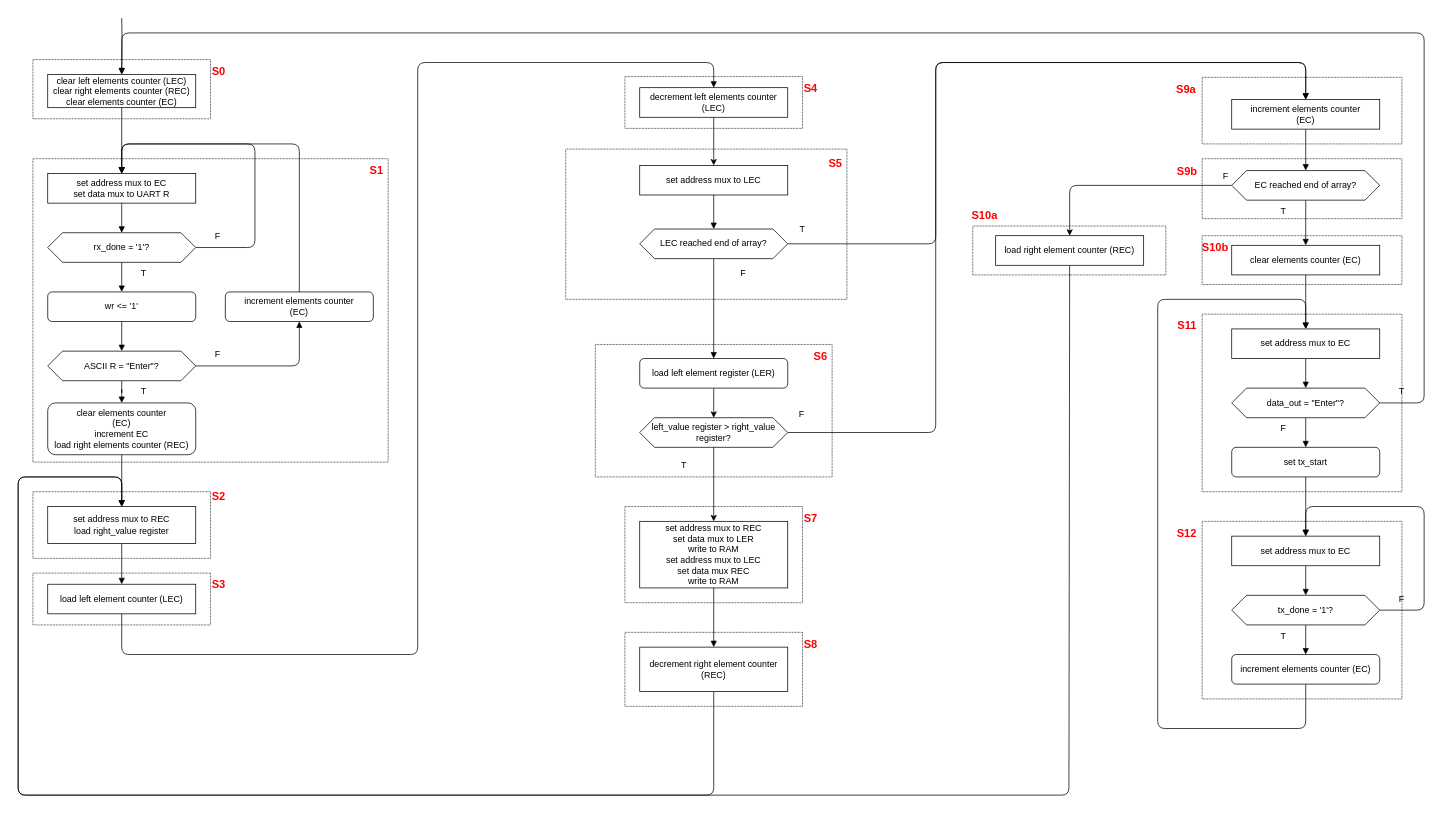
This is insert_sort_asmd.drawio from Ibbert/CS4110-Project-assignment, a draw.io file, before an edit. Source tidied: cells renumbered, new cells numbered last; positions are measured from the earlier drawing's top-left corner, leaving out a move shared by most shapes. Both pictures are drawn from the tidied source at 74%, with x=0, y=0 at pixel (18, 18).
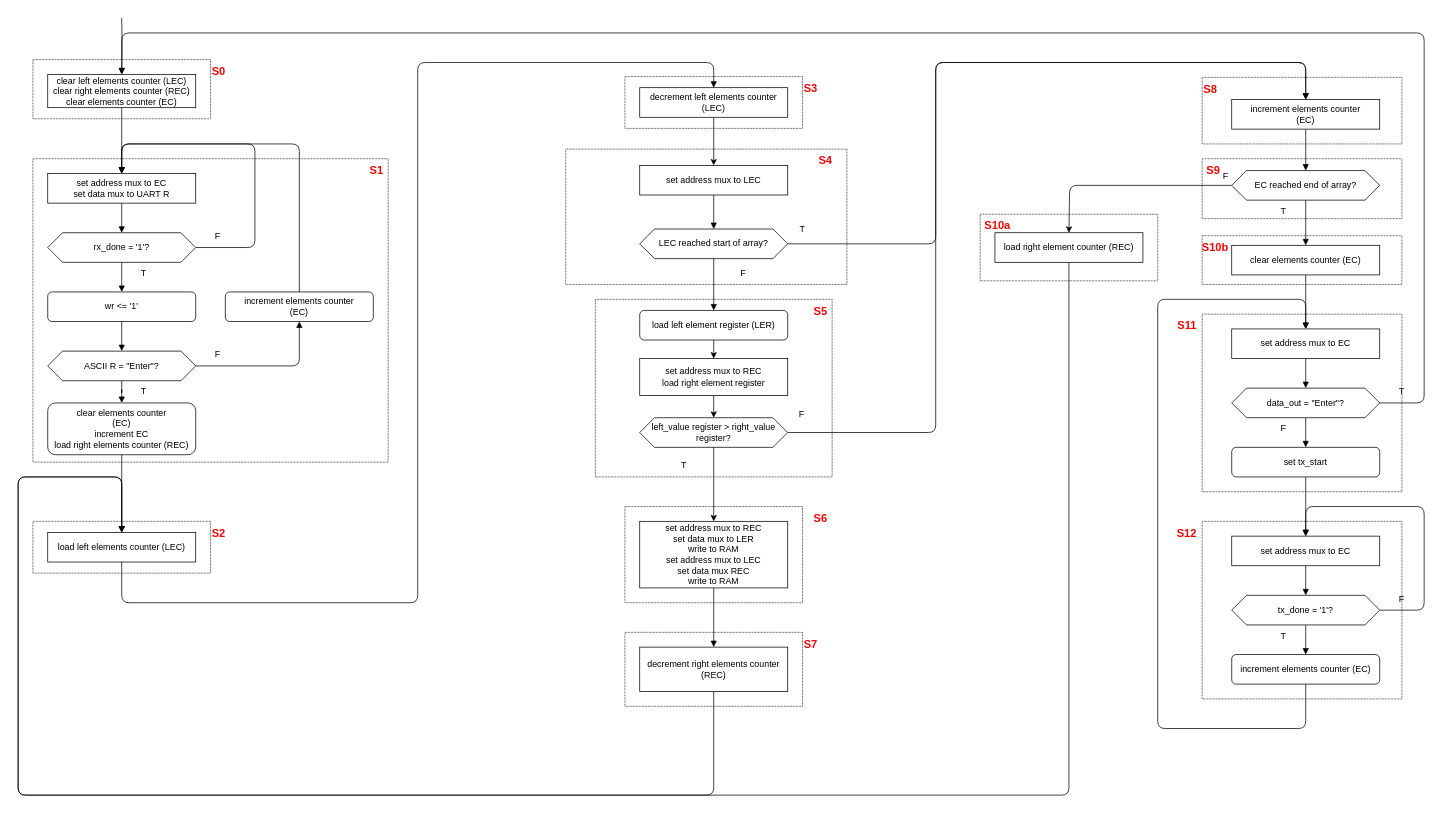
Above is the later version.

Commit message:
good asmd

The change refers to these unchanged cells:
```xml
<mxCell id="37" value="clear elements counter&lt;br&gt;(EC)&lt;br&gt;increment EC&lt;br&gt;load right elements counter (REC)" style="rounded=1;whiteSpace=wrap;html=1;" parent="1" vertex="1">
  <mxGeometry x="40" y="520" width="200" height="70" as="geometry" />
</mxCell>
<mxCell id="44" value="decrement left elements counter&lt;br&gt;(LEC)" style="rounded=0;whiteSpace=wrap;html=1;" parent="1" vertex="1">
  <mxGeometry x="840" y="94" width="200" height="40" as="geometry" />
</mxCell>
<mxCell id="98" value="left_value register &amp;gt; right_value register?" style="shape=hexagon;perimeter=hexagonPerimeter2;whiteSpace=wrap;html=1;fixedSize=1;" parent="97" vertex="1">
  <mxGeometry y="10" width="200" height="40" as="geometry" />
</mxCell>
```

What changed in the source:
```diff
@@
-    <mxCell id="4" value="&amp;nbsp;S9b" style="text;html=1;strokeColor=none;fillColor=none;align=left;verticalAlign=middle;whiteSpace=wrap;rounded=0;dashed=1;dashPattern=1 1;fontStyle=1;fontColor=#FF0000;fontSize=15;" parent="1" vertex="1">
-      <mxGeometry x="1560" y="191" width="40" height="30" as="geometry" />
+    <mxCell id="4" value="&amp;nbsp;S10a" style="text;html=1;strokeColor=none;fillColor=none;align=left;verticalAlign=middle;whiteSpace=wrap;rounded=0;dashed=1;dashPattern=1 1;fontStyle=1;fontColor=#FF0000;fontSize=15;" parent="1" vertex="1">
+      <mxGeometry x="1300" y="264" width="40" height="30" as="geometry" />
     </mxCell>
     <mxCell id="5" style="rounded=0;whiteSpace=wrap;html=1;dashed=1;dashPattern=1 1;fillColor=none;" parent="1" vertex="1">
-      <mxGeometry x="740" y="177" width="380" height="203" as="geometry" />
+      <mxGeometry x="740" y="177" width="380" height="183" as="geometry" />
     </mxCell>
@@
     <mxCell id="13" style="rounded=0;whiteSpace=wrap;html=1;dashed=1;dashPattern=1 1;fillColor=none;" parent="1" vertex="1">
-      <mxGeometry x="780" y="441" width="320" height="179" as="geometry" />
+      <mxGeometry x="780" y="380" width="320" height="240" as="geometry" />
     </mxCell>
     <mxCell id="14" style="rounded=0;whiteSpace=wrap;html=1;dashed=1;dashPattern=1 1;fillColor=none;" parent="1" vertex="1">
-      <mxGeometry x="20" y="750" width="240" height="70" as="geometry" />
+      <mxGeometry x="20" y="680" width="240" height="70" as="geometry" />
     </mxCell>
     <mxCell id="15" style="rounded=0;whiteSpace=wrap;html=1;dashed=1;dashPattern=1 1;fillColor=none;" parent="1" vertex="1">
-      <mxGeometry x="20" y="640" width="240" height="90" as="geometry" />
+      <mxGeometry x="1300" y="265" width="240" height="90" as="geometry" />
     </mxCell>
@@
-    <mxCell id="36" style="edgeStyle=orthogonalEdgeStyle;rounded=1;jettySize=auto;html=1;exitX=0.5;exitY=1;exitDx=0;exitDy=0;entryX=0.5;entryY=0;entryDx=0;entryDy=0;endArrow=block;endFill=1;" parent="1" edge="1" source="37" target="42">
+    <mxCell id="36" style="edgeStyle=orthogonalEdgeStyle;rounded=1;jettySize=auto;html=1;exitX=0.5;exitY=1;exitDx=0;exitDy=0;endArrow=block;endFill=1;" parent="1" edge="1" source="37" target="40">
       <mxGeometry relative="1" as="geometry" />
     </mxCell>
@@
     <mxCell id="39" style="edgeStyle=orthogonalEdgeStyle;rounded=1;jettySize=auto;html=1;exitX=0.5;exitY=1;exitDx=0;exitDy=0;entryX=0.5;entryY=0;entryDx=0;entryDy=0;endArrow=block;endFill=1;" parent="1" edge="1" source="40" target="44">
       <mxGeometry relative="1" as="geometry">
         <Array as="points">
-          <mxPoint x="140" y="860" />
-          <mxPoint x="540" y="860" />
+          <mxPoint x="140" y="790" />
+          <mxPoint x="540" y="790" />
           <mxPoint x="540" y="60" />
           <mxPoint x="940" y="60" />
         </Array>
       </mxGeometry>
     </mxCell>
-    <mxCell id="40" value="load left element counter (LEC)" style="rounded=0;whiteSpace=wrap;html=1;" parent="1" vertex="1">
-      <mxGeometry x="40" y="765" width="200" height="40" as="geometry" />
+    <mxCell id="40" value="load left elements counter (LEC)" style="rounded=0;whiteSpace=wrap;html=1;" parent="1" vertex="1">
+      <mxGeometry x="40" y="695" width="200" height="40" as="geometry" />
     </mxCell>
-    <mxCell id="41" style="edgeStyle=orthogonalEdgeStyle;rounded=1;jettySize=auto;html=1;exitX=0.5;exitY=1;exitDx=0;exitDy=0;entryX=0.5;entryY=0;entryDx=0;entryDy=0;endArrow=block;endFill=1;" parent="1" edge="1" source="42" target="40">
-      <mxGeometry relative="1" as="geometry" />
-    </mxCell>
+    <mxCell id="107" style="edgeStyle=none;html=1;exitX=0.5;exitY=1;exitDx=0;exitDy=0;" parent="1" edge="1" source="42" target="98">
+      <mxGeometry relative="1" as="geometry" />
+    </mxCell>
-    <mxCell id="42" value="set address mux to REC&lt;br&gt;load right_value register" style="rounded=0;whiteSpace=wrap;html=1;" parent="1" vertex="1">
-      <mxGeometry x="40" y="660" width="200" height="50" as="geometry" />
+    <mxCell id="42" value="set address mux to REC&lt;br&gt;load right element register" style="rounded=0;whiteSpace=wrap;html=1;" parent="1" vertex="1">
+      <mxGeometry x="840" y="460" width="200" height="50" as="geometry" />
     </mxCell>
@@
-    <mxCell id="76" style="edgeStyle=none;html=1;exitX=0.5;exitY=1;exitDx=0;exitDy=0;entryX=0.5;entryY=0;entryDx=0;entryDy=0;" parent="1" edge="1" source="77" target="42">
+    <mxCell id="76" style="edgeStyle=none;html=1;exitX=0.5;exitY=1;exitDx=0;exitDy=0;entryX=0.5;entryY=0;entryDx=0;entryDy=0;" parent="1" edge="1" source="77" target="40">
       <mxGeometry relative="1" as="geometry">
         <Array as="points">
           <mxPoint x="940" y="1050" />
           <mxPoint y="1050" />
           <mxPoint y="620" />
           <mxPoint x="140" y="620" />
         </Array>
       </mxGeometry>
     </mxCell>
-    <mxCell id="77" value="decrement right element counter (REC)" style="rounded=0;whiteSpace=wrap;html=1;" parent="1" vertex="1">
+    <mxCell id="77" value="decrement right elements counter (REC)" style="rounded=0;whiteSpace=wrap;html=1;" parent="1" vertex="1">
       <mxGeometry x="840" y="850" width="200" height="60" as="geometry" />
     </mxCell>
@@
     <mxCell id="82" value="S2" style="text;html=1;strokeColor=none;fillColor=none;align=left;verticalAlign=middle;whiteSpace=wrap;rounded=0;dashed=1;dashPattern=1 1;fontStyle=1;fontColor=#FF0000;fontSize=15;" parent="1" vertex="1">
-      <mxGeometry x="260" y="630" width="40" height="30" as="geometry" />
+      <mxGeometry x="260" y="680" width="40" height="30" as="geometry" />
     </mxCell>
     <mxCell id="83" value="S3" style="text;html=1;strokeColor=none;fillColor=none;align=left;verticalAlign=middle;whiteSpace=wrap;rounded=0;dashed=1;dashPattern=1 1;fontStyle=1;fontColor=#FF0000;fontSize=15;" parent="1" vertex="1">
-      <mxGeometry x="260" y="750" width="40" height="30" as="geometry" />
+      <mxGeometry x="1060" y="79" width="40" height="30" as="geometry" />
     </mxCell>
     <mxCell id="84" value="S6&amp;nbsp;" style="text;html=1;strokeColor=none;fillColor=none;align=right;verticalAlign=middle;whiteSpace=wrap;rounded=0;dashed=1;dashPattern=1 1;fontStyle=1;fontColor=#FF0000;fontSize=15;" parent="1" vertex="1">
-      <mxGeometry x="1060" y="441" width="40" height="30" as="geometry" />
+      <mxGeometry x="1060" y="660" width="40" height="30" as="geometry" />
     </mxCell>
     <mxCell id="85" value="S7" style="text;html=1;strokeColor=none;fillColor=none;align=left;verticalAlign=middle;whiteSpace=wrap;rounded=0;dashed=1;dashPattern=1 1;fontStyle=1;fontColor=#FF0000;fontSize=15;" parent="1" vertex="1">
-      <mxGeometry x="1060" y="660" width="40" height="30" as="geometry" />
+      <mxGeometry x="1060" y="830" width="40" height="30" as="geometry" />
     </mxCell>
     <mxCell id="86" value="S8" style="text;html=1;strokeColor=none;fillColor=none;align=left;verticalAlign=middle;whiteSpace=wrap;rounded=0;dashed=1;dashPattern=1 1;fontStyle=1;fontColor=#FF0000;fontSize=15;" parent="1" vertex="1">
-      <mxGeometry x="1060" y="830" width="40" height="30" as="geometry" />
+      <mxGeometry x="1600" y="81" width="40" height="30" as="geometry" />
     </mxCell>
-    <mxCell id="87" value="&amp;nbsp;S9a" style="text;html=1;strokeColor=none;fillColor=none;align=left;verticalAlign=middle;whiteSpace=wrap;rounded=0;dashed=1;dashPattern=1 1;fontStyle=1;fontColor=#FF0000;fontSize=15;" parent="1" vertex="1">
-      <mxGeometry x="1559" y="81" width="40" height="30" as="geometry" />
+    <mxCell id="87" value="&amp;nbsp;S9" style="text;html=1;strokeColor=none;fillColor=none;align=left;verticalAlign=middle;whiteSpace=wrap;rounded=0;dashed=1;dashPattern=1 1;fontStyle=1;fontColor=#FF0000;fontSize=15;" parent="1" vertex="1">
+      <mxGeometry x="1600" y="190" width="40" height="30" as="geometry" />
     </mxCell>
@@
     <mxCell id="91" value="S4" style="text;html=1;strokeColor=none;fillColor=none;align=left;verticalAlign=middle;whiteSpace=wrap;rounded=0;dashed=1;dashPattern=1 1;fontStyle=1;fontColor=#FF0000;fontSize=15;" parent="1" vertex="1">
-      <mxGeometry x="1060" y="79" width="40" height="30" as="geometry" />
+      <mxGeometry x="1080" y="176" width="40" height="30" as="geometry" />
     </mxCell>
-    <mxCell id="92" style="edgeStyle=none;html=1;exitX=0.5;exitY=1;exitDx=0;exitDy=0;" parent="1" edge="1" source="93" target="98">
-      <mxGeometry relative="1" as="geometry" />
-    </mxCell>
+    <mxCell id="108" style="edgeStyle=none;html=1;exitX=0.5;exitY=1;exitDx=0;exitDy=0;" parent="1" edge="1" source="93" target="42">
+      <mxGeometry relative="1" as="geometry" />
+    </mxCell>
     <mxCell id="93" value="load left element register (LER)" style="rounded=1;whiteSpace=wrap;html=1;" parent="1" vertex="1">
-      <mxGeometry x="840" y="460" width="200" height="40" as="geometry" />
+      <mxGeometry x="840" y="395" width="200" height="40" as="geometry" />
     </mxCell>
@@
-    <mxCell id="96" value="LEC reached end of array?" style="shape=hexagon;perimeter=hexagonPerimeter2;whiteSpace=wrap;html=1;fixedSize=1;" parent="1" vertex="1">
+    <mxCell id="96" value="LEC reached start of array?" style="shape=hexagon;perimeter=hexagonPerimeter2;whiteSpace=wrap;html=1;fixedSize=1;" parent="1" vertex="1">
       <mxGeometry x="840" y="285" width="200" height="40" as="geometry" />
     </mxCell>
@@
     <mxCell id="100" value="S5&amp;nbsp;" style="text;html=1;strokeColor=none;fillColor=none;align=right;verticalAlign=middle;whiteSpace=wrap;rounded=0;dashed=1;dashPattern=1 1;fontStyle=1;fontColor=#FF0000;fontSize=15;" parent="1" vertex="1">
-      <mxGeometry x="1080" y="180" width="40" height="30" as="geometry" />
+      <mxGeometry x="1060" y="380" width="40" height="30" as="geometry" />
     </mxCell>
@@
-    <mxCell id="103" style="rounded=0;whiteSpace=wrap;html=1;dashed=1;dashPattern=1 1;fillColor=none;" parent="1" vertex="1">
-      <mxGeometry x="1290" y="281" width="261" height="66" as="geometry" />
-    </mxCell>
-    <mxCell id="104" style="edgeStyle=none;html=1;exitX=0.5;exitY=1;exitDx=0;exitDy=0;entryX=0.5;entryY=0;entryDx=0;entryDy=0;" parent="1" edge="1" source="105" target="42">
+    <mxCell id="104" style="edgeStyle=none;html=1;exitX=0.5;exitY=1;exitDx=0;exitDy=0;entryX=0.5;entryY=0;entryDx=0;entryDy=0;" parent="1" edge="1" source="105" target="40">
       <mxGeometry relative="1" as="geometry">
         <Array as="points">
           <mxPoint x="1420" y="1050" />
           <mxPoint y="1050" />
           <mxPoint y="620" />
           <mxPoint x="140" y="620" />
         </Array>
       </mxGeometry>
     </mxCell>
     <mxCell id="105" value="load right element counter (REC)" style="rounded=0;whiteSpace=wrap;html=1;" parent="1" vertex="1">
-      <mxGeometry x="1321" y="294" width="200" height="40" as="geometry" />
+      <mxGeometry x="1320" y="290" width="200" height="40" as="geometry" />
     </mxCell>
-    <mxCell id="106" value="S10a&amp;nbsp;" style="text;html=1;strokeColor=none;fillColor=none;align=right;verticalAlign=middle;whiteSpace=wrap;rounded=0;dashed=1;dashPattern=1 1;fontStyle=1;fontColor=#FF0000;fontSize=15;" parent="1" vertex="1">
-      <mxGeometry x="1290" y="251" width="40" height="30" as="geometry" />
-    </mxCell>
```
